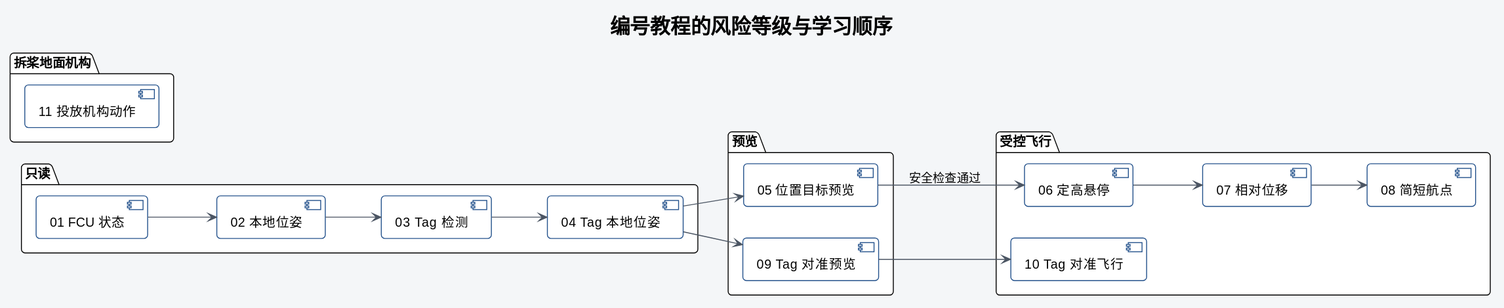
Earlier version of the PlantUML export docs/assets/plantuml/tutorial-index.svg (6hao666/robotac).
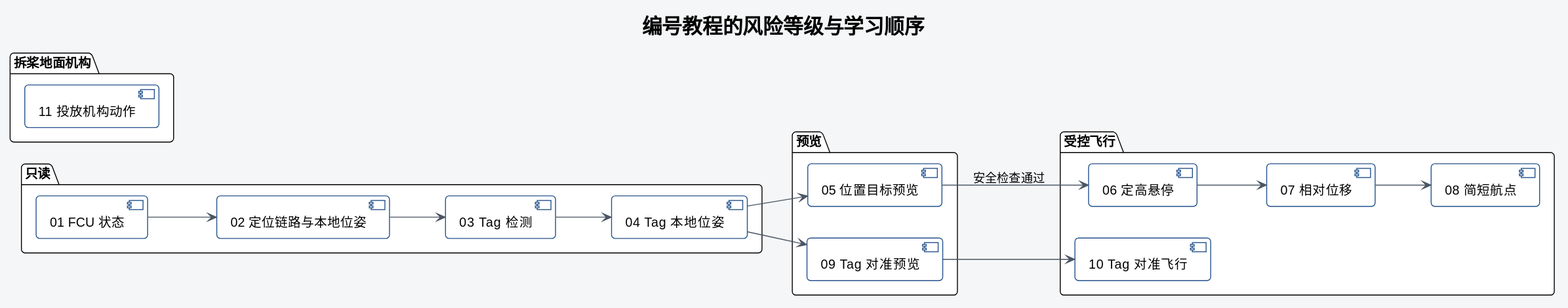
After the commit.

Change to the diagram source:
```diff
@@ -10,8 +10,8 @@
 left to right direction
 title 编号教程的风险等级与学习顺序
 package "只读" #FFFFFF {
-  [01 FCU 状态] --> [02 本地位姿]
-  [02 本地位姿] --> [03 Tag 检测]
+  [01 FCU 状态] --> [02 定位链路与本地位姿]
+  [02 定位链路与本地位姿] --> [03 Tag 检测]
   [03 Tag 检测] --> [04 Tag 本地位姿]
 }
 package "预览" #FFFFFF {
```
